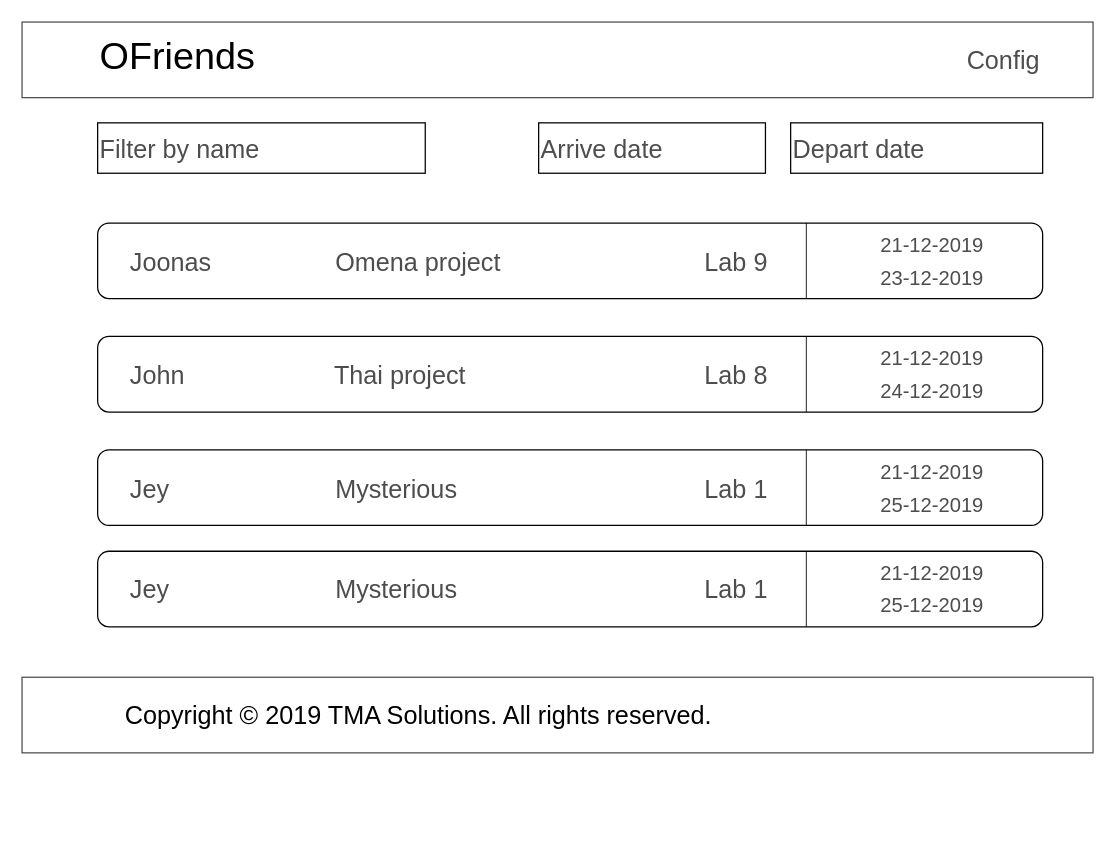
Earlier version of the draw.io diagram web/_doc/Home.drawio (TheFlies/ofriends). Source tidied: cells renumbered, new cells numbered last; positions are measured from the earlier drawing's top-left corner, leaving out a move shared by most shapes. Both pictures are drawn from the tidied source at 126%, with x=0, y=0 at pixel (21, 21).
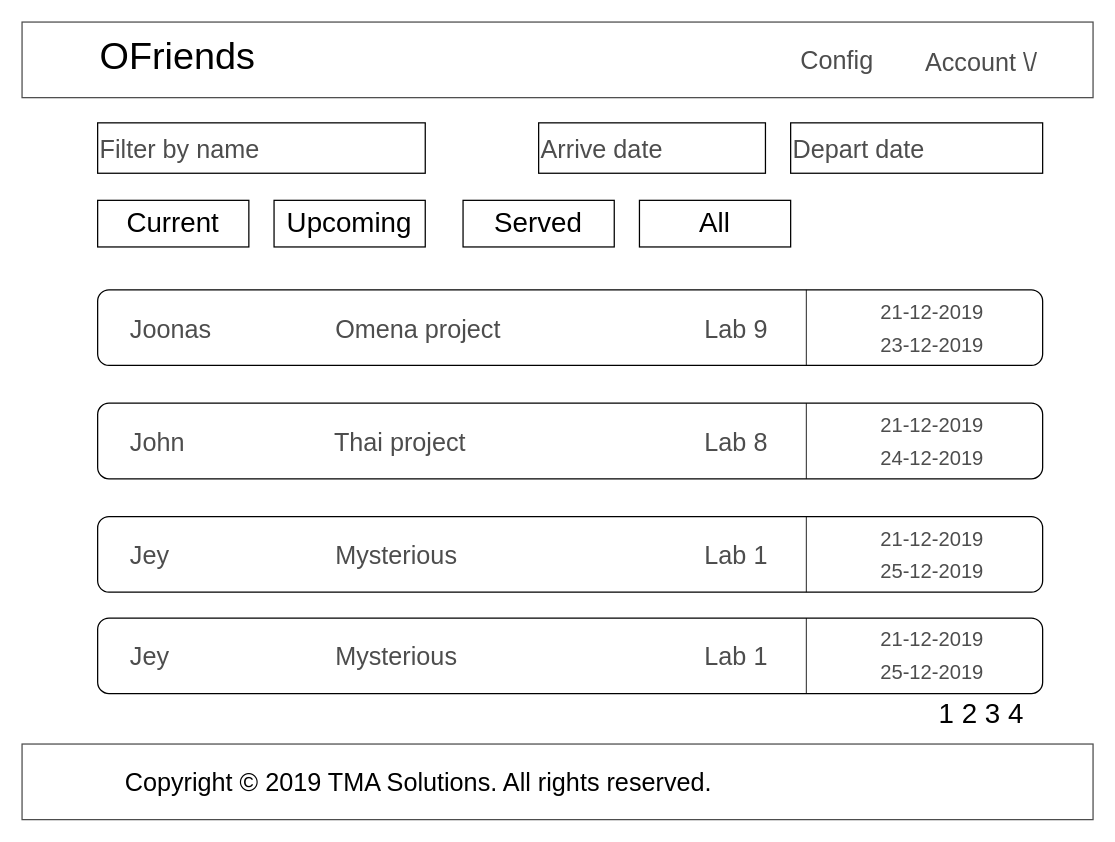
The same diagram, later.

Unchanged cells that the change refers to:
```xml
<mxCell id="2" style="rounded=0;whiteSpace=wrap;html=1;shadow=0;strokeColor=#4D4D4D;fillColor=none;fontSize=16;fontColor=#4D4D4D;align=left;" parent="1" vertex="1">
  <mxGeometry width="850" height="60" as="geometry" />
</mxCell>
```

Diff of the diagram source:
```diff
@@
     <mxCell id="3" value="Config" style="text;html=1;strokeColor=none;fillColor=none;align=right;verticalAlign=middle;whiteSpace=wrap;rounded=0;shadow=0;fontSize=20;fontColor=#4D4D4D;" parent="2" vertex="1">
-      <mxGeometry x="730" y="20" width="80" height="20" as="geometry" />
+      <mxGeometry x="597.5" y="20" width="80" height="20" as="geometry" />
     </mxCell>
+    <mxCell id="38" value="Account \/&lt;br&gt;" style="text;html=1;strokeColor=none;fillColor=none;align=right;verticalAlign=middle;whiteSpace=wrap;rounded=0;shadow=0;fontSize=20;fontColor=#4D4D4D;" parent="2" vertex="1">
+      <mxGeometry x="708" y="21" width="100" height="20" as="geometry" />
+    </mxCell>
     <mxCell id="4" style="rounded=0;whiteSpace=wrap;html=1;shadow=0;strokeColor=#4D4D4D;fillColor=none;fontSize=16;fontColor=#4D4D4D;align=left;" parent="1" vertex="1">
-      <mxGeometry y="520" width="850" height="60" as="geometry" />
+      <mxGeometry y="573" width="850" height="60" as="geometry" />
     </mxCell>
@@
     <mxCell id="8" style="rounded=1;whiteSpace=wrap;html=1;shadow=0;fillColor=none;gradientColor=none;fontSize=20;fontColor=#4D4D4D;align=left;" parent="1" vertex="1">
-      <mxGeometry x="60" y="159.5" width="750" height="60" as="geometry" />
+      <mxGeometry x="60" y="212.5" width="750" height="60" as="geometry" />
     </mxCell>
@@
     <mxCell id="15" style="rounded=1;whiteSpace=wrap;html=1;shadow=0;fillColor=none;gradientColor=none;fontSize=20;fontColor=#4D4D4D;align=left;" parent="1" vertex="1">
-      <mxGeometry x="60" y="249.5" width="750" height="60" as="geometry" />
+      <mxGeometry x="60" y="302.5" width="750" height="60" as="geometry" />
     </mxCell>
@@
     <mxCell id="22" style="rounded=1;whiteSpace=wrap;html=1;shadow=0;fillColor=none;gradientColor=none;fontSize=20;fontColor=#4D4D4D;align=left;" parent="1" vertex="1">
-      <mxGeometry x="60" y="339.5" width="750" height="60" as="geometry" />
+      <mxGeometry x="60" y="392.5" width="750" height="60" as="geometry" />
     </mxCell>
@@
     <mxCell id="31" style="rounded=1;whiteSpace=wrap;html=1;shadow=0;fillColor=none;gradientColor=none;fontSize=20;fontColor=#4D4D4D;align=left;" parent="1" vertex="1">
-      <mxGeometry x="60" y="420" width="750" height="60" as="geometry" />
+      <mxGeometry x="60" y="473" width="750" height="60" as="geometry" />
     </mxCell>
@@
+    <mxCell id="39" value="Current" style="rounded=0;whiteSpace=wrap;html=1;fontSize=22;" parent="1" vertex="1">
+      <mxGeometry x="60" y="141.5" width="120" height="37" as="geometry" />
+    </mxCell>
+    <mxCell id="40" value="Upcoming" style="rounded=0;whiteSpace=wrap;html=1;fontSize=22;" parent="1" vertex="1">
+      <mxGeometry x="200" y="141.5" width="120" height="37" as="geometry" />
+    </mxCell>
+    <mxCell id="41" value="Served&lt;br&gt;" style="rounded=0;whiteSpace=wrap;html=1;fontSize=22;" parent="1" vertex="1">
+      <mxGeometry x="350" y="141.5" width="120" height="37" as="geometry" />
+    </mxCell>
+    <mxCell id="42" value="All&lt;br&gt;" style="rounded=0;whiteSpace=wrap;html=1;fontSize=22;" parent="1" vertex="1">
+      <mxGeometry x="490" y="141.5" width="120" height="37" as="geometry" />
+    </mxCell>
+    <mxCell id="43" value="1 2 3 4" style="text;html=1;strokeColor=none;fillColor=none;align=center;verticalAlign=middle;whiteSpace=wrap;rounded=0;fontSize=22;" parent="1" vertex="1">
+      <mxGeometry x="720" y="540" width="83" height="20" as="geometry" />
+    </mxCell>
```
